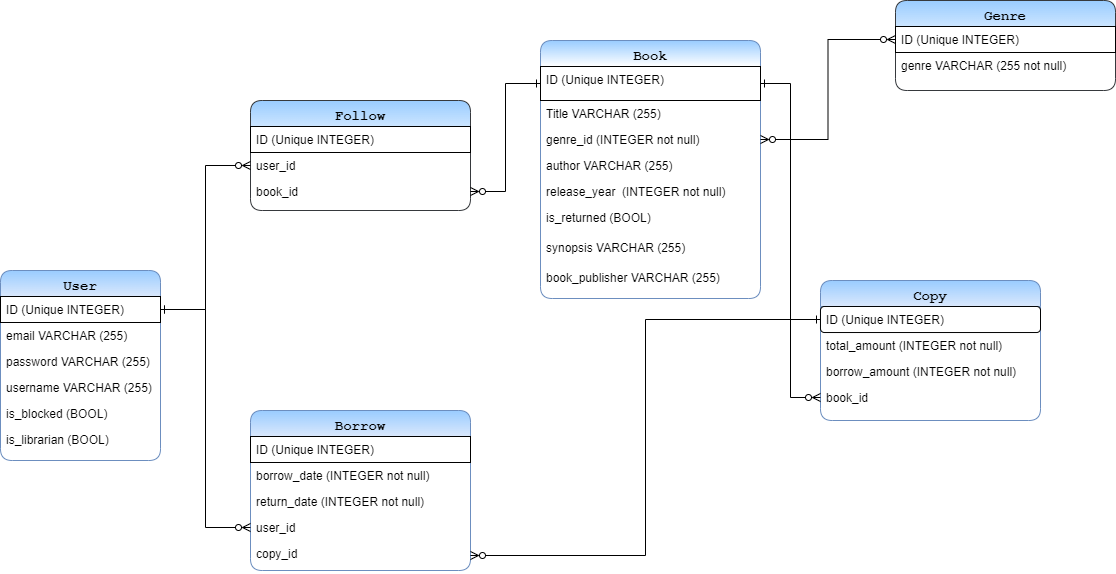
Above: BiblioteKa.drawio.png in AmandaIsMe-alt/Biblioteka (draw.io), before the change. Source tidied: cells renumbered, new cells last; positions are measured from the earlier drawing's top-left corner, leaving out a move shared by most shapes.
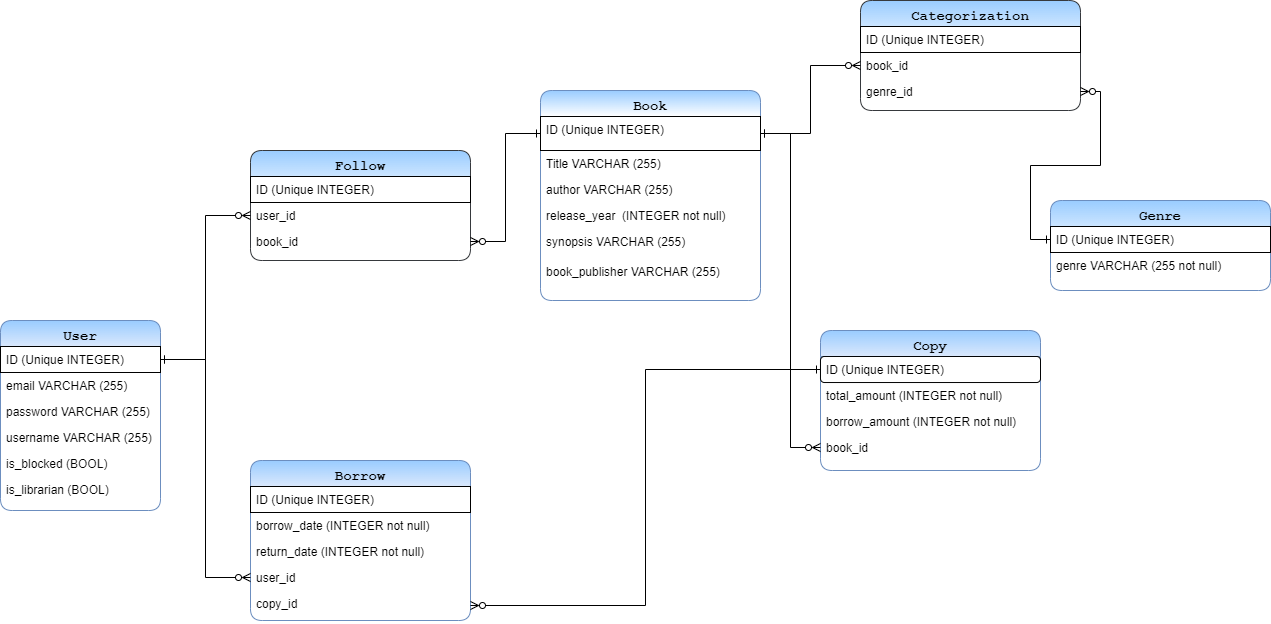
Above is the later version.

Commit message:
Fixing Diagram ER and email config

Change to the diagram source:
```diff
@@ -24,7 +24,7 @@
       <mxGeometry y="156" width="160" height="26" as="geometry" />
     </mxCell>
     <mxCell id="9" value="Book" style="swimlane;fontStyle=1;align=center;verticalAlign=top;horizontal=1;startSize=26;rounded=1;shadow=0;strokeWidth=1;fillColor=default;strokeColor=#6c8ebf;fontFamily=Courier New;fontSize=14;gradientColor=#99CCFF;gradientDirection=north;swimlaneFillColor=default;" parent="1" vertex="1">
-      <mxGeometry x="540" y="40" width="220" height="258" as="geometry" />
+      <mxGeometry x="540" y="40" width="220" height="210" as="geometry" />
     </mxCell>
     <mxCell id="10" value="ID (Unique INTEGER)" style="text;align=left;verticalAlign=top;spacingLeft=4;spacingRight=4;overflow=hidden;points=[[0,0.5],[1,0.5]];portConstraint=eastwest;strokeColor=default;" parent="9" vertex="1">
       <mxGeometry y="26" width="220" height="34" as="geometry" />
@@ -32,23 +32,17 @@
     <mxCell id="11" value="Title VARCHAR (255)" style="text;align=left;verticalAlign=top;spacingLeft=4;spacingRight=4;overflow=hidden;rounded=0;shadow=0;html=0;" parent="9" vertex="1">
       <mxGeometry y="60" width="220" height="26" as="geometry" />
     </mxCell>
-    <mxCell id="12" value="genre_id (INTEGER not null)" style="text;align=left;verticalAlign=top;spacingLeft=4;spacingRight=4;overflow=hidden;points=[[0,0.5],[1,0.5]];portConstraint=eastwest;rounded=0;shadow=0;html=0;" parent="9" vertex="1">
-      <mxGeometry y="86" width="220" height="26" as="geometry" />
-    </mxCell>
     <mxCell id="13" value="author VARCHAR (255)" style="text;align=left;verticalAlign=top;spacingLeft=4;spacingRight=4;overflow=hidden;rounded=0;shadow=0;html=0;" parent="9" vertex="1">
-      <mxGeometry y="112" width="220" height="26" as="geometry" />
+      <mxGeometry y="86" width="220" height="26" as="geometry" />
     </mxCell>
     <mxCell id="14" value="release_year  (INTEGER not null)" style="text;align=left;verticalAlign=top;spacingLeft=4;spacingRight=4;overflow=hidden;rounded=0;shadow=0;html=0;strokeWidth=0;" parent="9" vertex="1">
-      <mxGeometry y="138" width="220" height="26" as="geometry" />
+      <mxGeometry y="112" width="220" height="26" as="geometry" />
     </mxCell>
-    <mxCell id="15" value="is_returned (BOOL)" style="text;align=left;verticalAlign=top;spacingLeft=4;spacingRight=4;overflow=hidden;rounded=0;shadow=0;html=0;spacing=2;" parent="9" vertex="1">
-      <mxGeometry y="164" width="220" height="30" as="geometry" />
-    </mxCell>
     <mxCell id="16" value="synopsis VARCHAR (255)" style="text;align=left;verticalAlign=top;spacingLeft=4;spacingRight=4;overflow=hidden;rounded=0;shadow=0;html=0;spacing=2;" parent="9" vertex="1">
-      <mxGeometry y="194" width="220" height="30" as="geometry" />
+      <mxGeometry y="138" width="220" height="30" as="geometry" />
     </mxCell>
     <mxCell id="17" value="book_publisher VARCHAR (255)" style="text;align=left;verticalAlign=top;spacingLeft=4;spacingRight=4;overflow=hidden;rounded=0;shadow=0;html=0;spacing=2;" parent="9" vertex="1">
-      <mxGeometry y="224" width="220" height="34" as="geometry" />
+      <mxGeometry y="168" width="220" height="34" as="geometry" />
     </mxCell>
     <mxCell id="18" value="Copy" style="swimlane;fontStyle=1;align=center;verticalAlign=top;horizontal=1;startSize=26;rounded=1;shadow=0;strokeWidth=1;fillColor=#dae8fc;strokeColor=#6c8ebf;fontFamily=Courier New;fontSize=14;gradientColor=#99CCFF;gradientDirection=north;swimlaneFillColor=default;glass=0;" parent="1" vertex="1">
       <mxGeometry x="820" y="280" width="220" height="140" as="geometry" />
@@ -115,8 +109,8 @@
         </Array>
       </mxGeometry>
     </mxCell>
-    <mxCell id="38" value="Genre" style="swimlane;fontStyle=1;align=center;verticalAlign=top;horizontal=1;startSize=26;rounded=1;shadow=0;strokeWidth=1;fillColor=#cce5ff;strokeColor=#36393d;fontFamily=Courier New;fontSize=14;gradientColor=#99CCFF;swimlaneFillColor=default;gradientDirection=north;" parent="1" vertex="1">
-      <mxGeometry x="895" width="220" height="90" as="geometry" />
+    <mxCell id="38" value="Genre" style="swimlane;fontStyle=1;align=center;verticalAlign=top;horizontal=1;startSize=26;rounded=1;shadow=0;strokeWidth=1;fillColor=#cce5ff;strokeColor=#6C8EBF;fontFamily=Courier New;fontSize=14;gradientColor=#99CCFF;swimlaneFillColor=default;gradientDirection=north;" parent="1" vertex="1">
+      <mxGeometry x="1050" y="150" width="220" height="90" as="geometry" />
     </mxCell>
     <mxCell id="39" value="ID (Unique INTEGER)" style="text;align=left;verticalAlign=top;spacingLeft=4;spacingRight=4;overflow=hidden;points=[[0,0.5],[1,0.5]];portConstraint=eastwest;strokeColor=default;" parent="38" vertex="1">
       <mxGeometry y="26" width="220" height="26" as="geometry" />
@@ -124,8 +118,23 @@
     <mxCell id="40" value="genre VARCHAR (255 not null) " style="text;align=left;verticalAlign=top;spacingLeft=4;spacingRight=4;overflow=hidden;rounded=0;shadow=0;html=0;" parent="38" vertex="1">
       <mxGeometry y="52" width="220" height="26" as="geometry" />
     </mxCell>
-    <mxCell id="41" style="edgeStyle=orthogonalEdgeStyle;rounded=0;jettySize=auto;html=1;entryX=0;entryY=0.5;entryDx=0;entryDy=0;startArrow=ERzeroToMany;startFill=0;endArrow=ERzeroToMany;endFill=0;" parent="1" edge="1" source="12" target="39">
-      <mxGeometry relative="1" as="geometry" />
-    </mxCell>
+    <mxCell id="42" value="Categorization" style="swimlane;fontStyle=1;align=center;verticalAlign=top;horizontal=1;startSize=26;rounded=1;shadow=0;strokeWidth=1;fillColor=#cce5ff;strokeColor=#36393d;fontFamily=Courier New;fontSize=14;gradientColor=#99CCFF;swimlaneFillColor=default;gradientDirection=north;" parent="1" vertex="1">
+      <mxGeometry x="860" y="-50" width="220" height="110" as="geometry" />
+    </mxCell>
+    <mxCell id="43" value="ID (Unique INTEGER)" style="text;align=left;verticalAlign=top;spacingLeft=4;spacingRight=4;overflow=hidden;strokeColor=default;" parent="42" vertex="1">
+      <mxGeometry y="26" width="220" height="26" as="geometry" />
+    </mxCell>
+    <mxCell id="44" value="book_id" style="text;align=left;verticalAlign=top;spacingLeft=4;spacingRight=4;overflow=hidden;points=[[0,0.5],[1,0.5]];portConstraint=eastwest;rounded=0;shadow=0;html=0;" parent="42" vertex="1">
+      <mxGeometry y="52" width="220" height="26" as="geometry" />
+    </mxCell>
+    <mxCell id="45" value="genre_id" style="text;align=left;verticalAlign=top;spacingLeft=4;spacingRight=4;overflow=hidden;points=[[0,0.5],[1,0.5]];portConstraint=eastwest;rounded=0;shadow=0;html=0;" parent="42" vertex="1">
+      <mxGeometry y="78" width="220" height="26" as="geometry" />
+    </mxCell>
+    <mxCell id="46" style="edgeStyle=orthogonalEdgeStyle;rounded=0;jettySize=auto;html=1;entryX=0;entryY=0.5;entryDx=0;entryDy=0;startArrow=ERone;startFill=0;endArrow=ERzeroToMany;endFill=0;" parent="1" edge="1" source="10" target="44">
+      <mxGeometry relative="1" as="geometry" />
+    </mxCell>
+    <mxCell id="47" style="edgeStyle=orthogonalEdgeStyle;rounded=0;jettySize=auto;html=1;entryX=1;entryY=0.5;entryDx=0;entryDy=0;startArrow=ERone;startFill=0;endArrow=ERzeroToMany;endFill=0;" parent="1" edge="1" source="39" target="45">
+      <mxGeometry relative="1" as="geometry" />
+    </mxCell>
   </root>
 </mxGraphModel>
```
